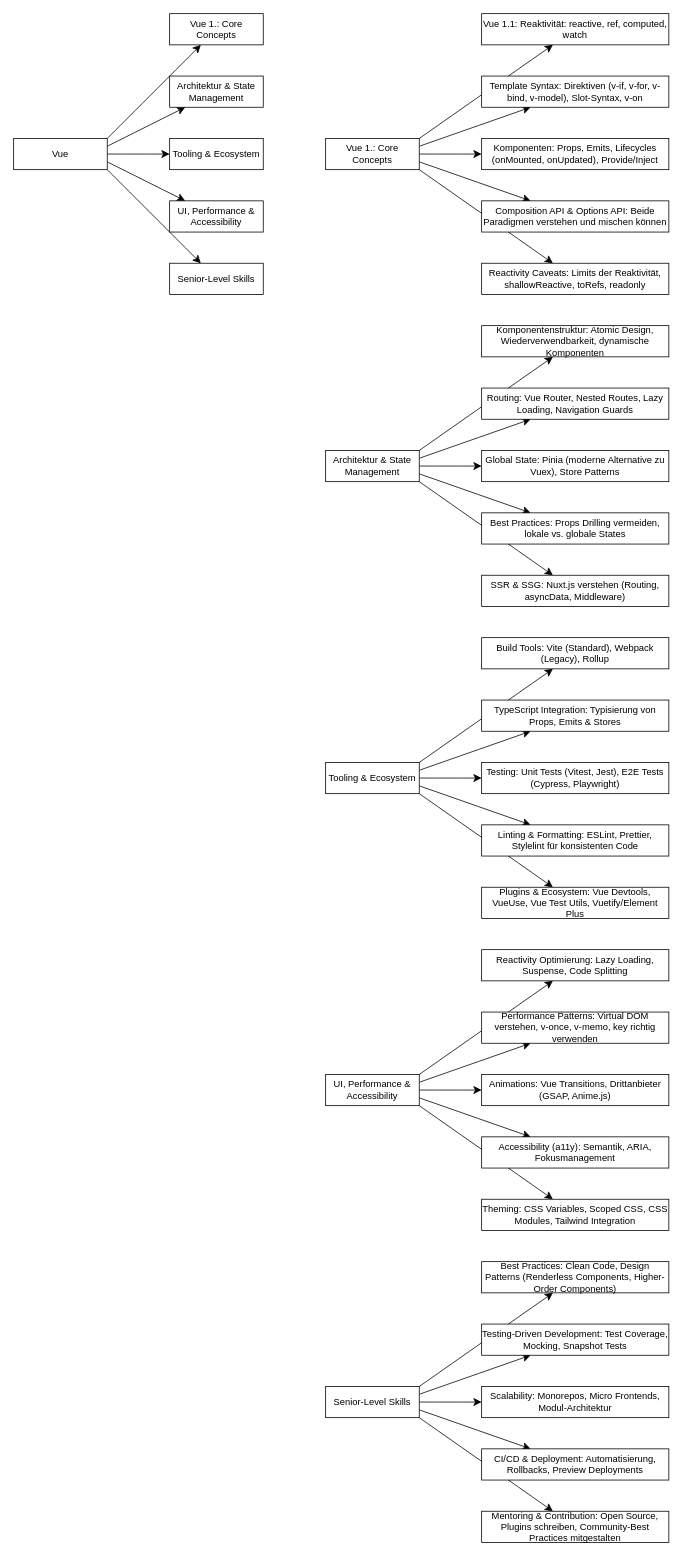
Before: vue_root.drawio in kephalosk/drawio-diagrams, a draw.io diagram. Source tidied: cells renumbered, new cells numbered last; positions are measured from the earlier drawing's top-left corner, leaving out a move shared by most shapes. Both pictures are drawn from the tidied source at 78%, with x=0, y=0 at pixel (13, 13).
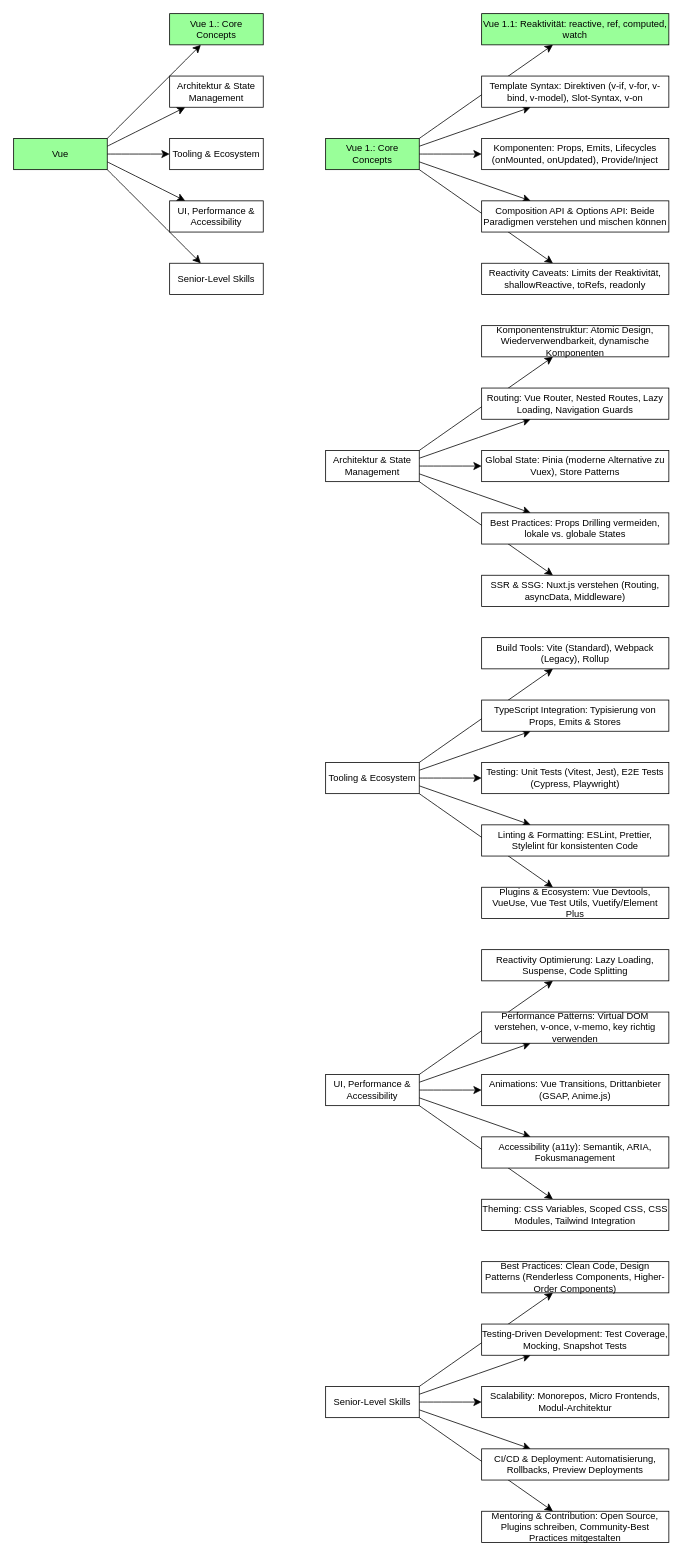
After the change.

Change to the diagram source:
```diff
@@
-    <mxCell id="7" value="Vue" style="rounded=0;whiteSpace=wrap;html=1;" parent="1" vertex="1">
+    <mxCell id="7" value="Vue" style="rounded=0;whiteSpace=wrap;html=1;fillColor=#99FF99;" parent="1" vertex="1">
       <mxGeometry y="160" width="120" height="40" as="geometry" />
     </mxCell>
-    <mxCell id="8" value="Vue 1.: Core Concepts" style="rounded=0;whiteSpace=wrap;html=1;" parent="1" vertex="1">
+    <mxCell id="8" value="Vue 1.: Core Concepts" style="rounded=0;whiteSpace=wrap;html=1;fillColor=#99FF99;" parent="1" vertex="1">
       <mxGeometry x="200" width="120" height="40" as="geometry" />
     </mxCell>
@@
-    <mxCell id="18" value="Vue 1.: Core Concepts" style="rounded=0;whiteSpace=wrap;html=1;" parent="1" vertex="1">
+    <mxCell id="18" value="Vue 1.: Core Concepts" style="rounded=0;whiteSpace=wrap;html=1;fillColor=#99FF99;" parent="1" vertex="1">
       <mxGeometry x="400" y="160" width="120" height="40" as="geometry" />
     </mxCell>
-    <mxCell id="19" value="Vue 1.1: Reaktivität: reactive, ref, computed, watch" style="rounded=0;whiteSpace=wrap;html=1;" parent="1" vertex="1">
+    <mxCell id="19" value="Vue 1.1: Reaktivität: reactive, ref, computed, watch" style="rounded=0;whiteSpace=wrap;html=1;fillColor=#99FF99;" parent="1" vertex="1">
       <mxGeometry x="600" width="240" height="40" as="geometry" />
     </mxCell>
```
